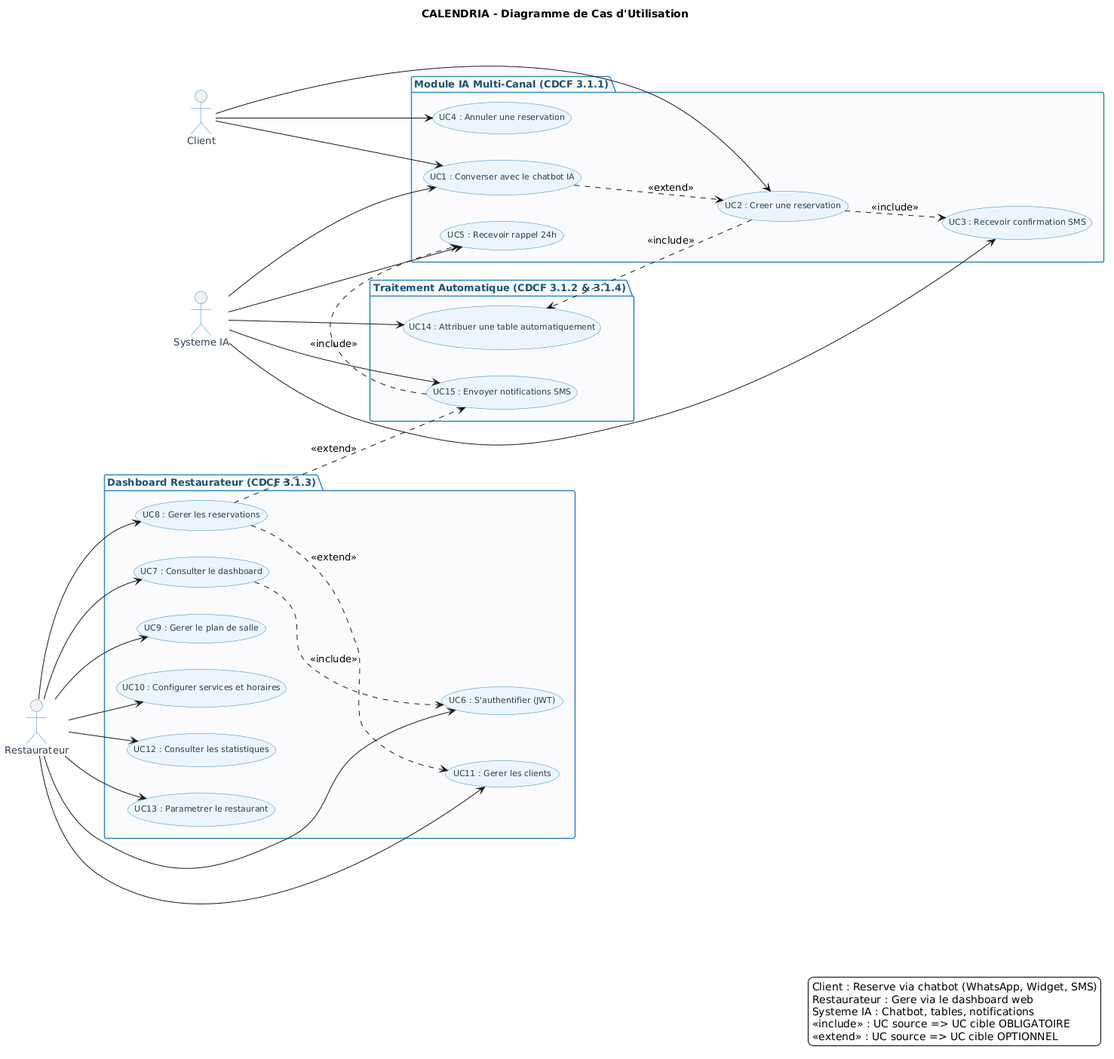
Above: documentation/Jalon4/diagramme_cas_utilisation.png in SafiBougherara/projet_fin_annee (PlantUML), before the change. The source it was exported from:
```plantuml
@startuml
title CALENDRIA - Diagramme de Cas d'Utilisation

left to right direction

skinparam backgroundColor #FEFEFE
skinparam actorFontSize 13
skinparam usecaseFontSize 11
skinparam packageFontSize 13

skinparam usecase {
    BackgroundColor #EBF5FB
    BorderColor #2E86C1
    FontColor #2C3E50
}

skinparam actor {
    FontColor #2C3E50
    BorderColor #2E86C1
}

skinparam package {
    BackgroundColor #FAFBFC
    BorderColor #2E86C1
    FontColor #1A5276
}

actor "Client" as client
actor "Restaurateur" as restaurateur
actor "Systeme IA" as systeme_ia

package "Module IA Multi-Canal (CDCF 3.1.1)" as pkg_ia {
    usecase "UC1 : Converser avec le chatbot IA" as UC1
    usecase "UC2 : Creer une reservation" as UC2
    usecase "UC3 : Recevoir confirmation SMS" as UC3
    usecase "UC4 : Annuler une reservation" as UC4
    usecase "UC5 : Recevoir rappel 24h" as UC5
}

package "Dashboard Restaurateur (CDCF 3.1.3)" as pkg_dashboard {
    usecase "UC6 : S'authentifier (JWT)" as UC6
    usecase "UC7 : Consulter le dashboard" as UC7
    usecase "UC8 : Gerer les reservations" as UC8
    usecase "UC9 : Gerer le plan de salle" as UC9
    usecase "UC10 : Configurer services et horaires" as UC10
    usecase "UC11 : Gerer les clients" as UC11
    usecase "UC12 : Consulter les statistiques" as UC12
    usecase "UC13 : Parametrer le restaurant" as UC13
}

package "Traitement Automatique (CDCF 3.1.2 & 3.1.4)" as pkg_auto {
    usecase "UC14 : Attribuer une table automatiquement" as UC14
    usecase "UC15 : Envoyer notifications SMS" as UC15
}

client --> UC1
client --> UC2
client --> UC4

restaurateur --> UC6
restaurateur --> UC7
restaurateur --> UC8
restaurateur --> UC9
restaurateur --> UC10
restaurateur --> UC11
restaurateur --> UC12
restaurateur --> UC13

systeme_ia --> UC1
systeme_ia --> UC3
systeme_ia --> UC5
systeme_ia --> UC14
systeme_ia --> UC15

UC1 ..> UC2 : <<extend>>
UC2 ..> UC14 : <<include>>
UC2 ..> UC3 : <<include>>
UC7 ..> UC6 : <<include>>
UC8 ..> UC15 : <<extend>>
UC15 ..> UC5 : <<include>>
UC8 ..> UC11 : <<extend>>

legend right
  Client : Reserve via chatbot (WhatsApp, Widget, SMS)
  Restaurateur : Gere via le dashboard web
  Systeme IA : Chatbot, tables, notifications
  <<include>> : UC source => UC cible OBLIGATOIRE
  <<extend>> : UC source => UC cible OPTIONNEL
endlegend
@enduml
```
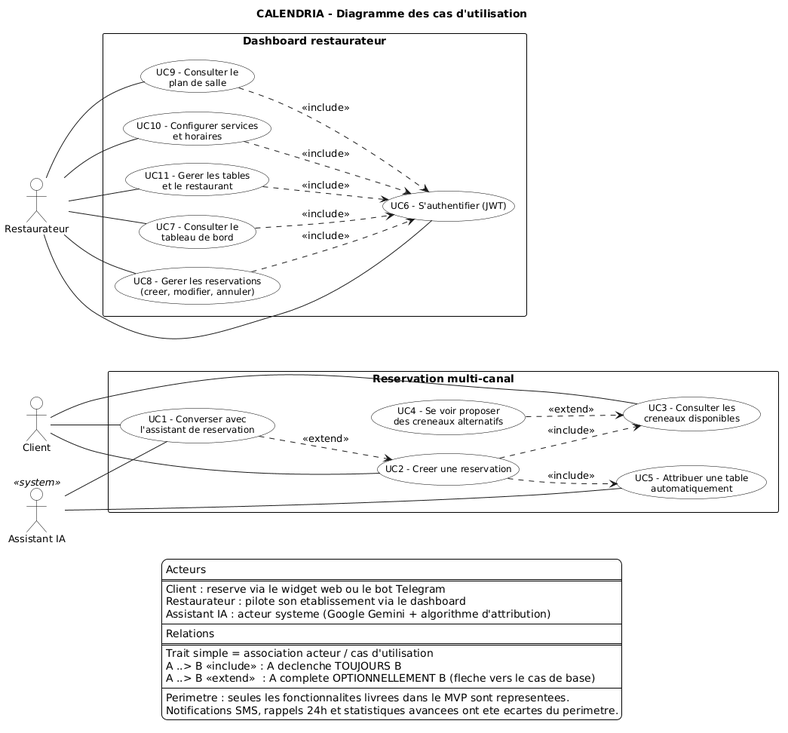
After the change.

Change to the diagram source:
```diff
@@ -1,90 +1,103 @@
-@startuml
-title CALENDRIA - Diagramme de Cas d'Utilisation
+@startuml UC_CALENDRIA
+
+title CALENDRIA - Diagramme des cas d'utilisation
 
 left to right direction
 
-skinparam backgroundColor #FEFEFE
+skinparam monochrome true
+skinparam shadowing false
+skinparam backgroundColor #FFFFFF
+skinparam defaultFontName Arial
 skinparam actorFontSize 13
-skinparam usecaseFontSize 11
+skinparam usecaseFontSize 12
 skinparam packageFontSize 13
+skinparam nodesep 25
+skinparam ranksep 55
 
 skinparam usecase {
-    BackgroundColor #EBF5FB
-    BorderColor #2E86C1
-    FontColor #2C3E50
+  BackgroundColor #FFFFFF
+  BorderColor #000000
+}
+skinparam actor {
+  BackgroundColor #FFFFFF
+  BorderColor #000000
+}
+skinparam rectangle {
+  BackgroundColor #FFFFFF
+  BorderColor #000000
 }
 
-skinparam actor {
-    FontColor #2C3E50
-    BorderColor #2E86C1
-}
-
-skinparam package {
-    BackgroundColor #FAFBFC
-    BorderColor #2E86C1
-    FontColor #1A5276
-}
 
 actor "Client" as client
 actor "Restaurateur" as restaurateur
-actor "Systeme IA" as systeme_ia
+actor :Assistant IA: as ia <<system>>
 
-package "Module IA Multi-Canal (CDCF 3.1.1)" as pkg_ia {
-    usecase "UC1 : Converser avec le chatbot IA" as UC1
-    usecase "UC2 : Creer une reservation" as UC2
-    usecase "UC3 : Recevoir confirmation SMS" as UC3
-    usecase "UC4 : Annuler une reservation" as UC4
-    usecase "UC5 : Recevoir rappel 24h" as UC5
+
+rectangle "Reservation multi-canal" {
+  usecase "UC1 - Converser avec\nl'assistant de reservation" as UC1
+  usecase "UC2 - Creer une reservation" as UC2
+  usecase "UC3 - Consulter les\ncreneaux disponibles" as UC3
+  usecase "UC4 - Se voir proposer\ndes creneaux alternatifs" as UC4
+  usecase "UC5 - Attribuer une table\nautomatiquement" as UC5
 }
 
-package "Dashboard Restaurateur (CDCF 3.1.3)" as pkg_dashboard {
-    usecase "UC6 : S'authentifier (JWT)" as UC6
-    usecase "UC7 : Consulter le dashboard" as UC7
-    usecase "UC8 : Gerer les reservations" as UC8
-    usecase "UC9 : Gerer le plan de salle" as UC9
-    usecase "UC10 : Configurer services et horaires" as UC10
-    usecase "UC11 : Gerer les clients" as UC11
-    usecase "UC12 : Consulter les statistiques" as UC12
-    usecase "UC13 : Parametrer le restaurant" as UC13
+
+rectangle "Dashboard restaurateur" {
+  usecase "UC6 - S'authentifier (JWT)" as UC6
+  usecase "UC7 - Consulter le\ntableau de bord" as UC7
+  usecase "UC8 - Gerer les reservations\n(creer, modifier, annuler)" as UC8
+  usecase "UC9 - Consulter le\nplan de salle" as UC9
+  usecase "UC10 - Configurer services\net horaires" as UC10
+  usecase "UC11 - Gerer les tables\net le restaurant" as UC11
 }
 
-package "Traitement Automatique (CDCF 3.1.2 & 3.1.4)" as pkg_auto {
-    usecase "UC14 : Attribuer une table automatiquement" as UC14
-    usecase "UC15 : Envoyer notifications SMS" as UC15
-}
 
-client --> UC1
-client --> UC2
-client --> UC4
+client -- UC1
+client -- UC2
+client -- UC3
 
-restaurateur --> UC6
-restaurateur --> UC7
-restaurateur --> UC8
-restaurateur --> UC9
-restaurateur --> UC10
-restaurateur --> UC11
-restaurateur --> UC12
-restaurateur --> UC13
+restaurateur -- UC6
+restaurateur -- UC7
+restaurateur -- UC8
+restaurateur -- UC9
+restaurateur -- UC10
+restaurateur -- UC11
 
-systeme_ia --> UC1
-systeme_ia --> UC3
-systeme_ia --> UC5
-systeme_ia --> UC14
-systeme_ia --> UC15
+ia -- UC1
+ia -- UC5
+
+
+UC2 ..> UC3 : <<include>>
+
+UC2 ..> UC5 : <<include>>
+
+UC7 ..> UC6 : <<include>>
+UC8 ..> UC6 : <<include>>
+UC9 ..> UC6 : <<include>>
+UC10 ..> UC6 : <<include>>
+UC11 ..> UC6 : <<include>>
+
 
 UC1 ..> UC2 : <<extend>>
-UC2 ..> UC14 : <<include>>
-UC2 ..> UC3 : <<include>>
-UC7 ..> UC6 : <<include>>
-UC8 ..> UC15 : <<extend>>
-UC15 ..> UC5 : <<include>>
-UC8 ..> UC11 : <<extend>>
 
-legend right
-  Client : Reserve via chatbot (WhatsApp, Widget, SMS)
-  Restaurateur : Gere via le dashboard web
-  Systeme IA : Chatbot, tables, notifications
-  <<include>> : UC source => UC cible OBLIGATOIRE
-  <<extend>> : UC source => UC cible OPTIONNEL
+UC4 ..> UC3 : <<extend>>
+
+
+legend bottom
+  Acteurs
+  ====
+  Client : reserve via le widget web ou le bot Telegram
+  Restaurateur : pilote son etablissement via le dashboard
+  Assistant IA : acteur systeme (Google Gemini + algorithme d'attribution)
+  ----
+  Relations
+  ====
+  Trait simple = association acteur / cas d'utilisation
+  A ..> B <<include>> : A declenche TOUJOURS B
+  A ..> B <<extend>>  : A complete OPTIONNELLEMENT B (fleche vers le cas de base)
+  ----
+  Perimetre : seules les fonctionnalites livrees dans le MVP sont representees.
+  Notifications SMS, rappels 24h et statistiques avancees ont ete ecartes du perimetre.
 endlegend
+
 @enduml
```
